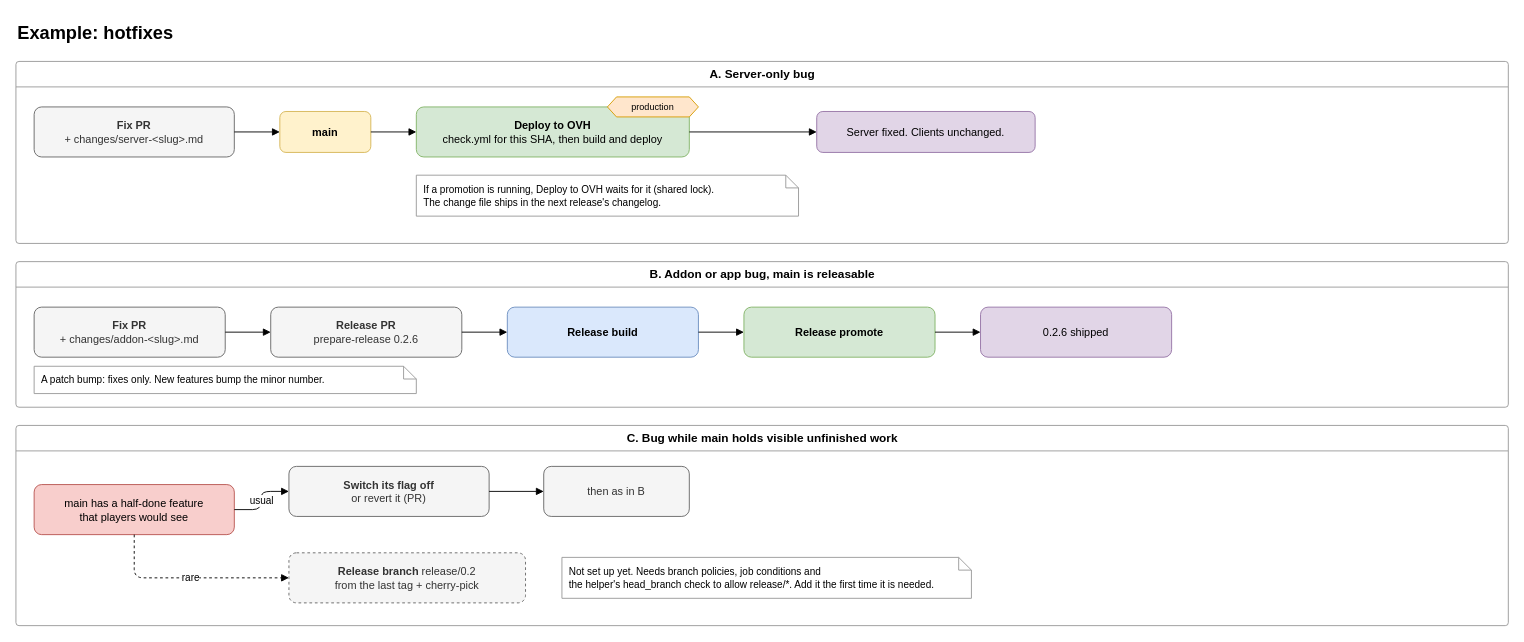
Before: page "4. Example: hotfixes" (4 of 4) of docs/release-flow.drawio in jkc-be/goldbook, a draw.io diagram. Source tidied: cells renumbered, new cells numbered last; positions are measured from the earlier drawing's top-left corner, leaving out a move shared by most shapes. Both pictures are drawn from the tidied source at 91%, with x=0, y=0 at pixel (15, 15).
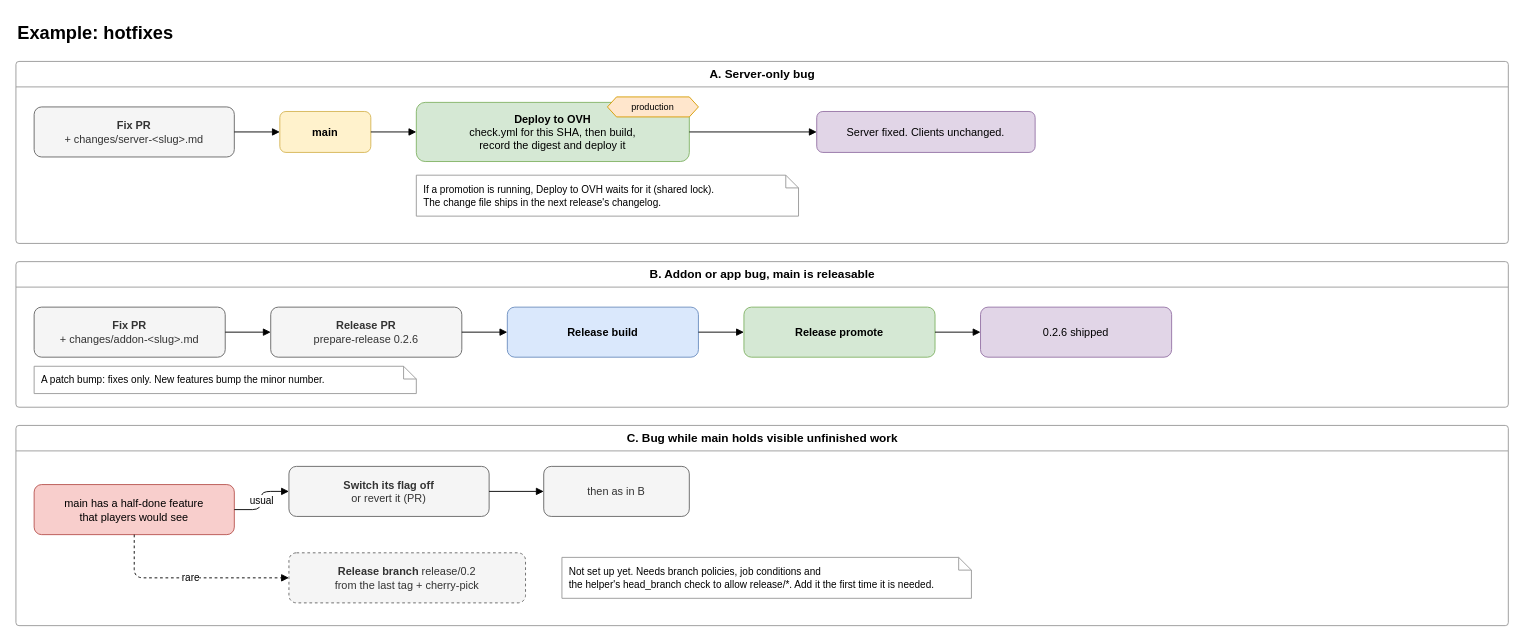
Above is the later version.

Commit message (it also covers changes not shown here):
Update release flow diagrams for the image digest and the rerun refusal

Change to the diagram source:
```diff
@@
-    <mxCell id="6" value="&lt;b&gt;Deploy to OVH&lt;/b&gt;&lt;br&gt;check.yml for this SHA, then build and deploy" style="rounded=1;whiteSpace=wrap;html=1;fillColor=#d5e8d4;strokeColor=#82b366;" parent="1" vertex="1">
-      <mxGeometry x="440" y="100" width="300" height="55" as="geometry" />
+    <mxCell id="6" value="&lt;b&gt;Deploy to OVH&lt;/b&gt;&lt;br&gt;check.yml for this SHA, then build,&lt;br&gt;record the digest and deploy it" style="rounded=1;whiteSpace=wrap;html=1;fillColor=#d5e8d4;strokeColor=#82b366;" parent="1" vertex="1">
+      <mxGeometry x="440" y="95" width="300" height="65" as="geometry" />
     </mxCell>
```
